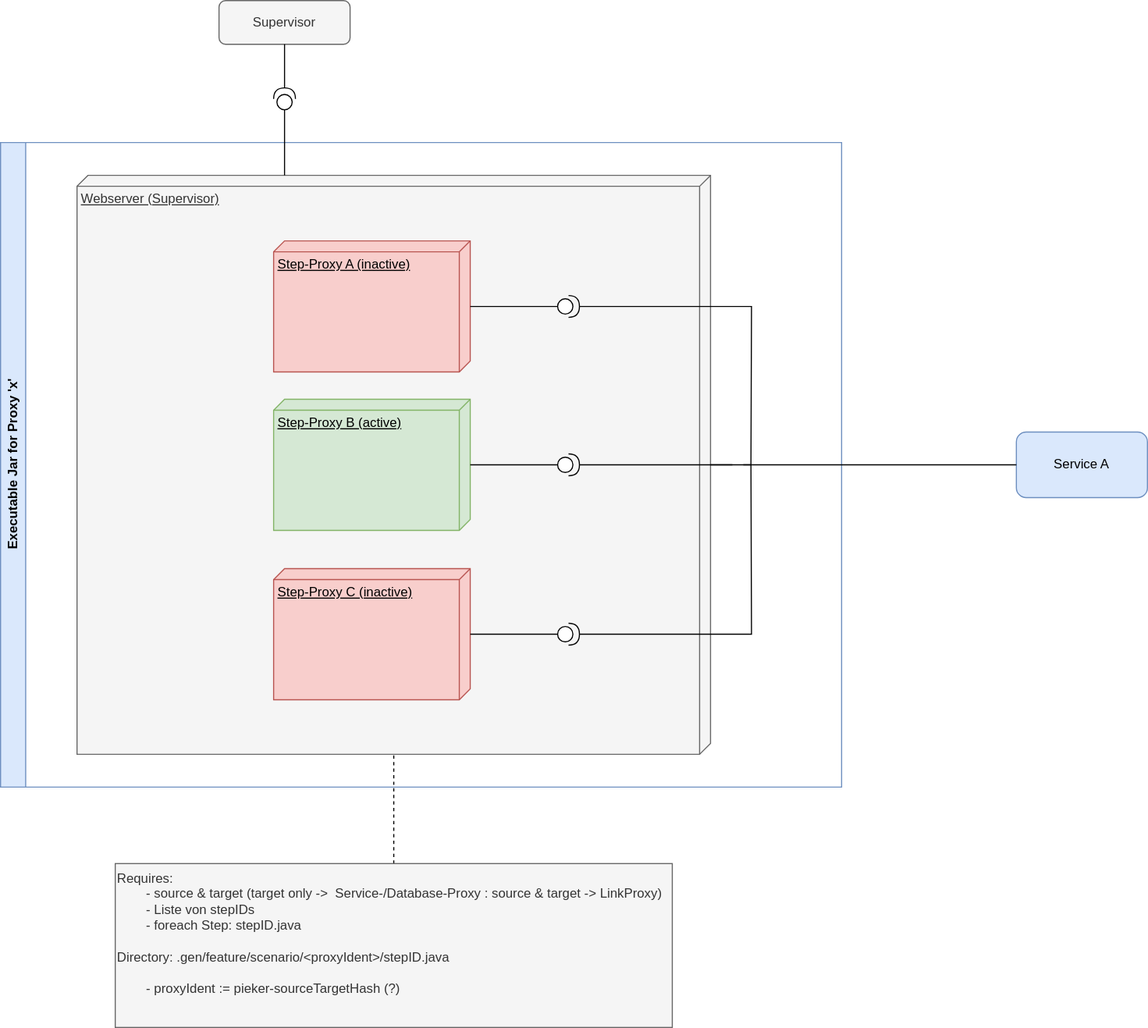
Above: generators/doc/img/proxyComponentDiagram.svg in PIEKER/Pieker (draw.io), before the change. Source tidied: cells renumbered, new cells last; positions are measured from the earlier drawing's top-left corner, leaving out a move shared by most shapes.
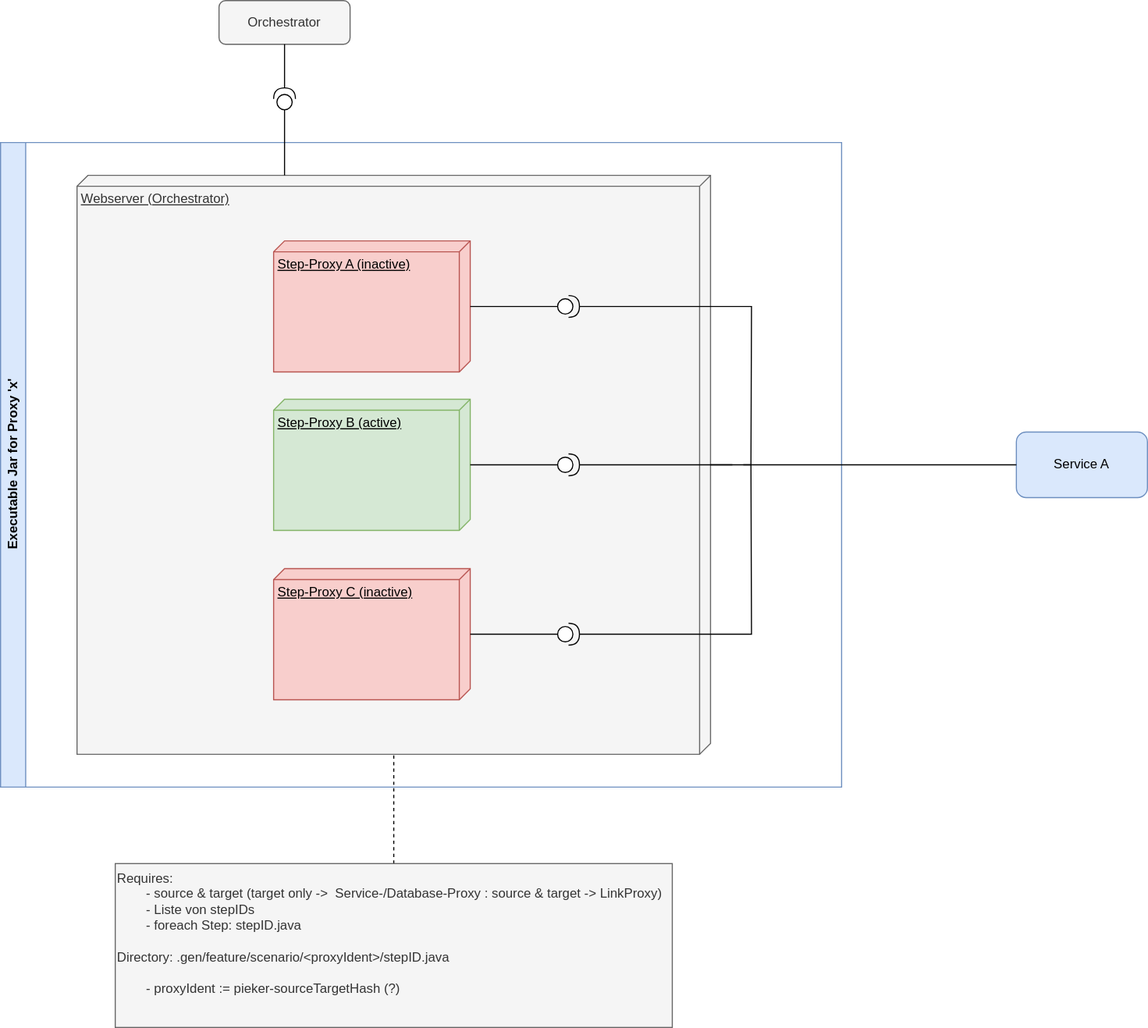
After the commit.

The edit, as a diff of the source:
```diff
@@ -2,13 +2,13 @@
   <root>
     <mxCell id="0" />
     <mxCell id="1" parent="0" />
-    <mxCell id="2" value="Supervisor" style="rounded=1;whiteSpace=wrap;html=1;fillColor=#f5f5f5;fontColor=#333333;strokeColor=#666666;" parent="1" vertex="1">
+    <mxCell id="2" value="Orchestrator" style="rounded=1;whiteSpace=wrap;html=1;fillColor=#f5f5f5;fontColor=#333333;strokeColor=#666666;" parent="1" vertex="1">
       <mxGeometry x="200" width="120" height="40" as="geometry" />
     </mxCell>
     <mxCell id="3" value="Executable Jar for Proxy 'x'" style="swimlane;horizontal=0;whiteSpace=wrap;html=1;fillColor=#dae8fc;strokeColor=#6c8ebf;" parent="1" vertex="1">
       <mxGeometry y="130" width="770" height="590" as="geometry" />
     </mxCell>
-    <mxCell id="4" value="Webserver (Supervisor)" style="verticalAlign=top;align=left;spacingTop=8;spacingLeft=2;spacingRight=12;shape=cube;size=10;direction=south;fontStyle=4;html=1;whiteSpace=wrap;fillColor=#f5f5f5;fontColor=#333333;strokeColor=#666666;" parent="3" vertex="1">
+    <mxCell id="4" value="Webserver (Orchestrator)" style="verticalAlign=top;align=left;spacingTop=8;spacingLeft=2;spacingRight=12;shape=cube;size=10;direction=south;fontStyle=4;html=1;whiteSpace=wrap;fillColor=#f5f5f5;fontColor=#333333;strokeColor=#666666;" parent="3" vertex="1">
       <mxGeometry x="70" y="30" width="580" height="530" as="geometry" />
     </mxCell>
     <mxCell id="5" value="Step-Proxy A (inactive)" style="verticalAlign=top;align=left;spacingTop=8;spacingLeft=2;spacingRight=12;shape=cube;size=10;direction=south;fontStyle=4;html=1;whiteSpace=wrap;fillColor=#f8cecc;strokeColor=#b85450;" parent="3" vertex="1">
```
